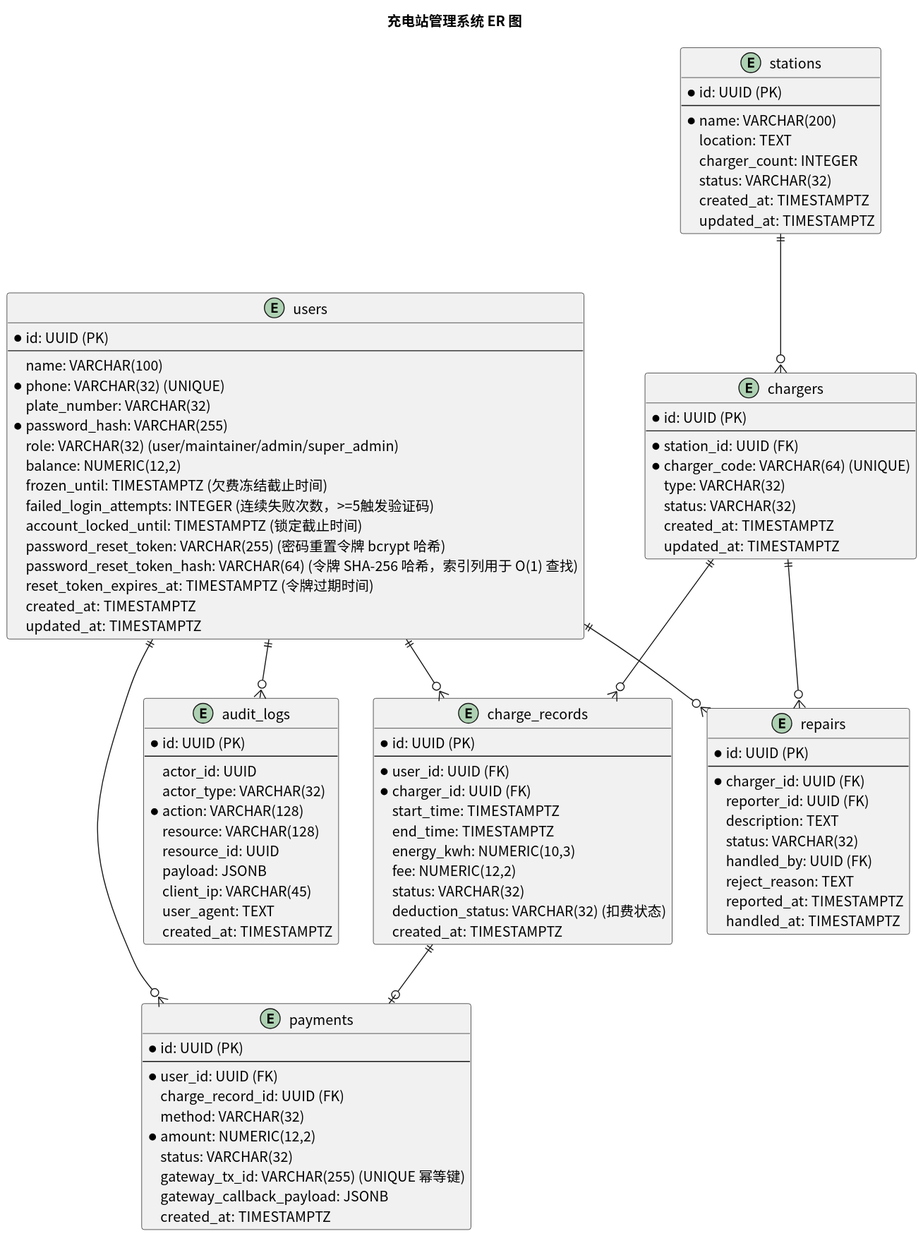
Earlier version of the PlantUML export usecase/docs/database/img/er_diagram.svg (greenhandzdl/charging-station-doc).
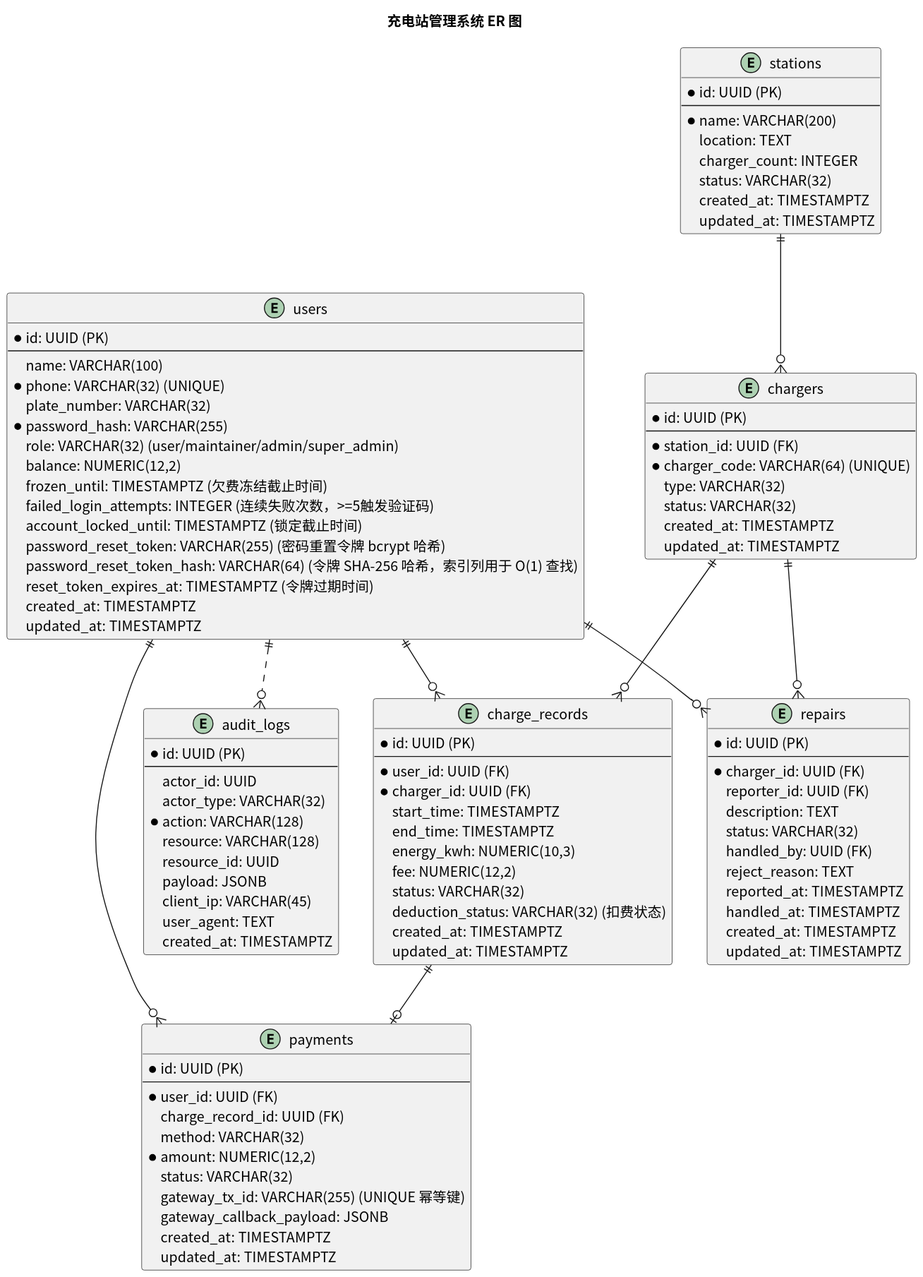
After the change.

Change to the diagram source:
```diff
@@ -56,6 +56,7 @@
   status: VARCHAR(32)
   deduction_status: VARCHAR(32) (扣费状态)
   created_at: TIMESTAMPTZ
+  updated_at: TIMESTAMPTZ
 }
 
 entity payments {
@@ -69,6 +70,7 @@
   gateway_tx_id: VARCHAR(255) (UNIQUE 幂等键)
   gateway_callback_payload: JSONB
   created_at: TIMESTAMPTZ
+  updated_at: TIMESTAMPTZ
 }
 
 entity repairs {
@@ -82,6 +84,8 @@
   reject_reason: TEXT
   reported_at: TIMESTAMPTZ
   handled_at: TIMESTAMPTZ
+  created_at: TIMESTAMPTZ
+  updated_at: TIMESTAMPTZ
 }
 
 entity audit_logs {
@@ -105,5 +109,5 @@
 charge_records ||--o| payments
 users ||--o{ repairs
 chargers ||--o{ repairs
-users ||--o{ audit_logs
+users ||..o{ audit_logs
 @enduml
```
